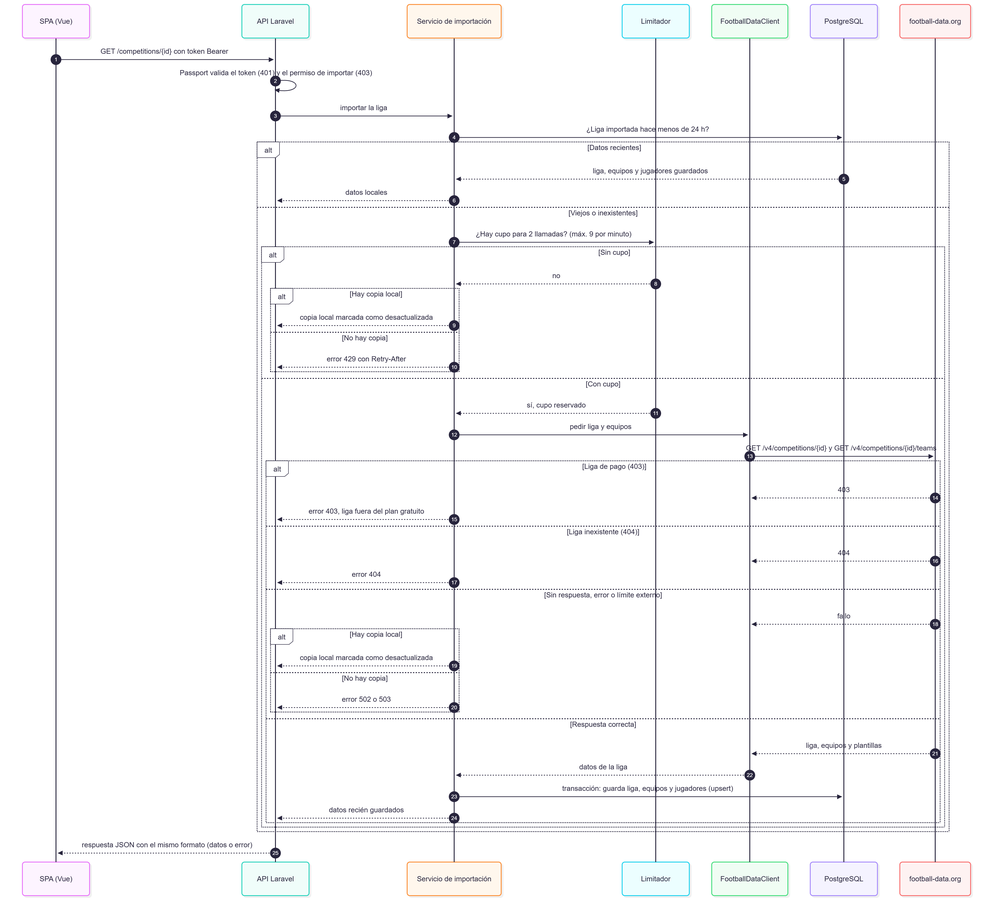
Earlier version of the Mermaid export docs/flujo-importacion.png (jsponceA/football-data). Its source is kept beside it as docs/flujo-importacion.mmd. The source it was exported from:
```mermaid
sequenceDiagram
  autonumber
  participant S as SPA (Vue)
  participant A as API Laravel
  participant I as Servicio de importación
  participant L as Limitador
  participant F as FootballDataClient
  participant D as PostgreSQL
  participant X as football-data.org

  S->>A: GET /competitions/{id} con token Bearer
  A->>A: Passport valida el token (401) y el permiso de importar (403)
  A->>I: importar la liga
  I->>D: ¿Liga importada hace menos de 24 h?

  alt Datos recientes
    D-->>I: liga, equipos y jugadores guardados
    I-->>A: datos locales
  else Viejos o inexistentes
    I->>L: ¿Hay cupo para 2 llamadas? (máx. 9 por minuto)
    alt Sin cupo
      L-->>I: no
      alt Hay copia local
        I-->>A: copia local marcada como desactualizada
      else No hay copia
        I-->>A: error 429 con Retry-After
      end
    else Con cupo
      L-->>I: sí, cupo reservado
      I->>F: pedir liga y equipos
      F->>X: GET /v4/competitions/{id} y GET /v4/competitions/{id}/teams
      alt Liga de pago (403)
        X-->>F: 403
        I-->>A: error 403, liga fuera del plan gratuito
      else Liga inexistente (404)
        X-->>F: 404
        I-->>A: error 404
      else Sin respuesta, error o límite externo
        X-->>F: fallo
        alt Hay copia local
          I-->>A: copia local marcada como desactualizada
        else No hay copia
          I-->>A: error 502 o 503
        end
      else Respuesta correcta
        X-->>F: liga, equipos y plantillas
        F-->>I: datos de la liga
        I->>D: transacción: guarda liga, equipos y jugadores (upsert)
        I-->>A: datos recién guardados
      end
    end
  end
  A-->>S: respuesta JSON con el mismo formato (datos o error)
```
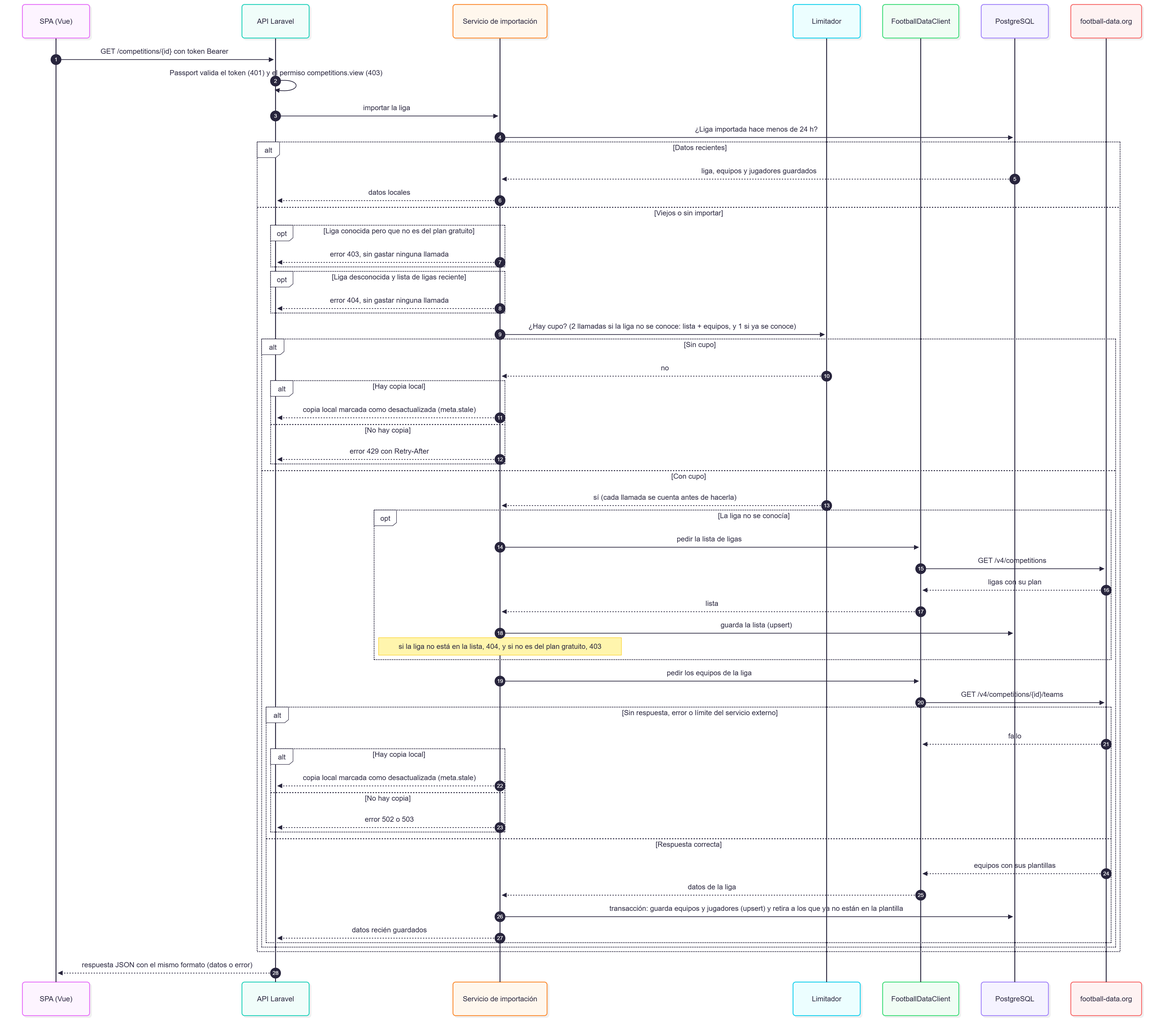
After the commit.

The edit, as a diff of the source:
```diff
@@ -9,43 +9,51 @@
   participant X as football-data.org
 
   S->>A: GET /competitions/{id} con token Bearer
-  A->>A: Passport valida el token (401) y el permiso de importar (403)
+  A->>A: Passport valida el token (401) y el permiso competitions.view (403)
   A->>I: importar la liga
   I->>D: ¿Liga importada hace menos de 24 h?
 
   alt Datos recientes
     D-->>I: liga, equipos y jugadores guardados
     I-->>A: datos locales
-  else Viejos o inexistentes
-    I->>L: ¿Hay cupo para 2 llamadas? (máx. 9 por minuto)
+  else Viejos o sin importar
+    opt Liga conocida pero que no es del plan gratuito
+      I-->>A: error 403, sin gastar ninguna llamada
+    end
+    opt Liga desconocida y lista de ligas reciente
+      I-->>A: error 404, sin gastar ninguna llamada
+    end
+    I->>L: ¿Hay cupo? (2 llamadas si la liga no se conoce: lista + equipos, y 1 si ya se conoce)
     alt Sin cupo
       L-->>I: no
       alt Hay copia local
-        I-->>A: copia local marcada como desactualizada
+        I-->>A: copia local marcada como desactualizada (meta.stale)
       else No hay copia
         I-->>A: error 429 con Retry-After
       end
     else Con cupo
-      L-->>I: sí, cupo reservado
-      I->>F: pedir liga y equipos
-      F->>X: GET /v4/competitions/{id} y GET /v4/competitions/{id}/teams
-      alt Liga de pago (403)
-        X-->>F: 403
-        I-->>A: error 403, liga fuera del plan gratuito
-      else Liga inexistente (404)
-        X-->>F: 404
-        I-->>A: error 404
-      else Sin respuesta, error o límite externo
+      L-->>I: sí (cada llamada se cuenta antes de hacerla)
+      opt La liga no se conocía
+        I->>F: pedir la lista de ligas
+        F->>X: GET /v4/competitions
+        X-->>F: ligas con su plan
+        F-->>I: lista
+        I->>D: guarda la lista (upsert)
+        Note over I: si la liga no está en la lista, 404, y si no es del plan gratuito, 403
+      end
+      I->>F: pedir los equipos de la liga
+      F->>X: GET /v4/competitions/{id}/teams
+      alt Sin respuesta, error o límite del servicio externo
         X-->>F: fallo
         alt Hay copia local
-          I-->>A: copia local marcada como desactualizada
+          I-->>A: copia local marcada como desactualizada (meta.stale)
         else No hay copia
           I-->>A: error 502 o 503
         end
       else Respuesta correcta
-        X-->>F: liga, equipos y plantillas
+        X-->>F: equipos con sus plantillas
         F-->>I: datos de la liga
-        I->>D: transacción: guarda liga, equipos y jugadores (upsert)
+        I->>D: transacción: guarda equipos y jugadores (upsert) y retira a los que ya no están en la plantilla
         I-->>A: datos recién guardados
       end
     end
```
